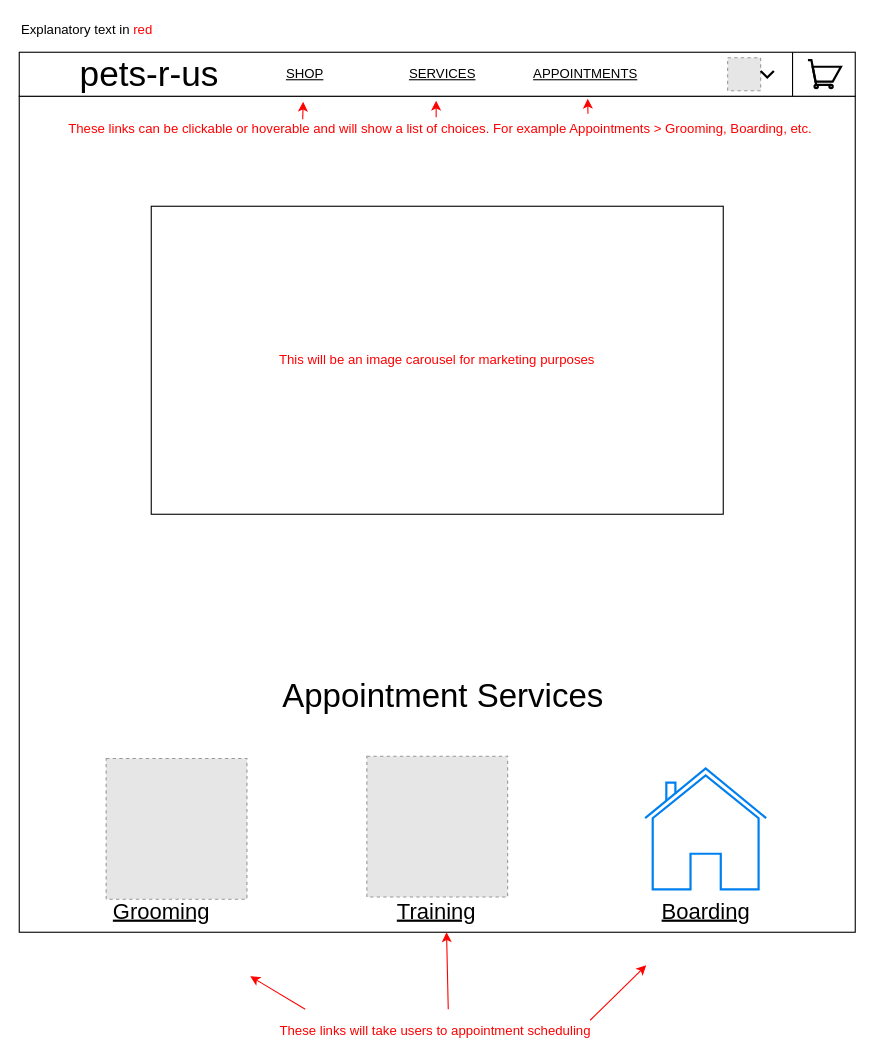
Earlier version of the draw.io diagram Wireframe2.drawio (joneskj55/wireframes). Source tidied: cells renumbered, new cells numbered last; positions are measured from the earlier drawing's top-left corner, leaving out a move shared by most shapes. Both pictures are drawn from the tidied source at 110%, with x=0, y=0 at pixel (19, 19). Pictures stored in the file or linked from it are replaced by grey dashed boxes.
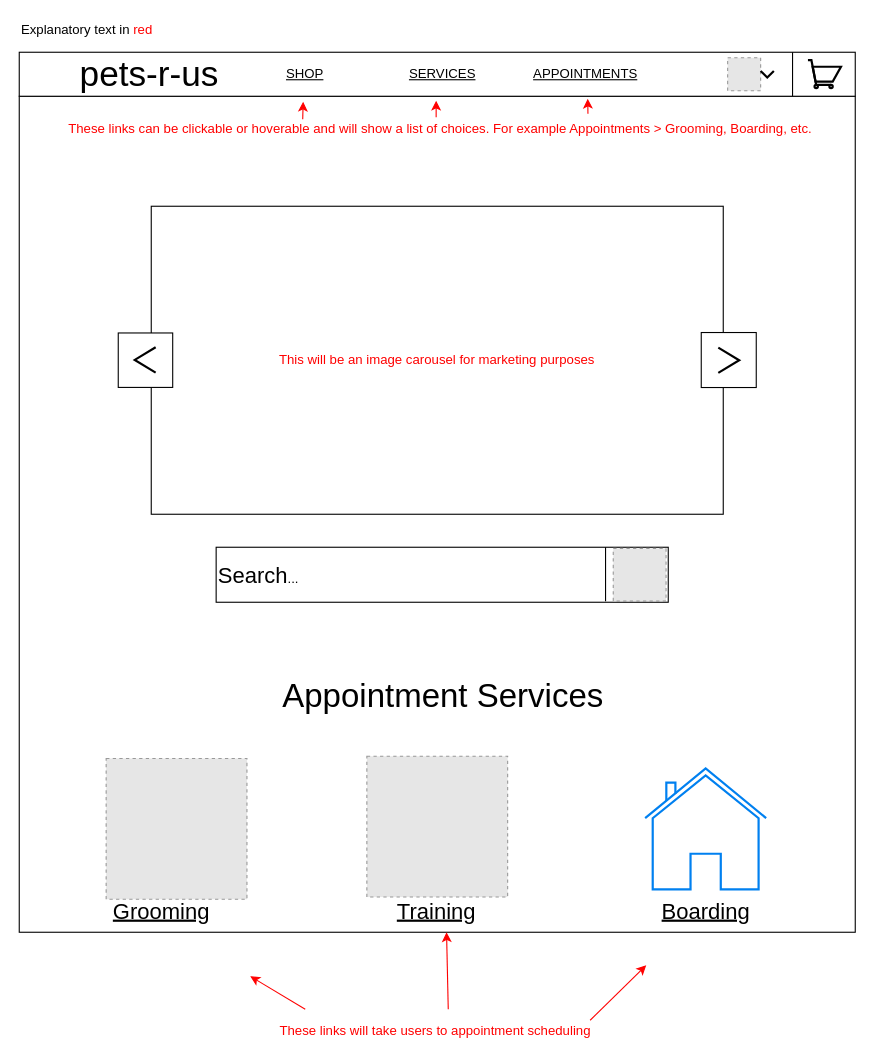
Above is the later version.

Commit message:
add search bar

Diff of the diagram source:
```diff
@@
+    <mxCell id="28" style="whiteSpace=wrap;html=1;strokeColor=#000000;" parent="1" vertex="1">
+      <mxGeometry x="90" y="285.2" width="49.5" height="49.5" as="geometry" />
+    </mxCell>
+    <mxCell id="29" style="whiteSpace=wrap;html=1;strokeColor=#000000;" parent="1" vertex="1">
+      <mxGeometry x="620" y="284.8" width="50" height="50" as="geometry" />
+    </mxCell>
+    <mxCell id="30" style="html=1;verticalLabelPosition=bottom;labelBackgroundColor=#ffffff;verticalAlign=top;shadow=0;dashed=0;strokeWidth=2;shape=mxgraph.ios7.misc.down;direction=south;" parent="1" vertex="1">
+      <mxGeometry x="105" y="298.2" width="19" height="23" as="geometry" />
+    </mxCell>
+    <mxCell id="31" style="html=1;verticalLabelPosition=bottom;labelBackgroundColor=#ffffff;verticalAlign=top;shadow=0;dashed=0;strokeWidth=2;shape=mxgraph.ios7.misc.down;direction=north;" parent="1" vertex="1">
+      <mxGeometry x="635.5" y="298.5" width="19" height="23" as="geometry" />
+    </mxCell>
+    <mxCell id="32" value="&lt;font style=&quot;font-size: 20px&quot;&gt;Search&lt;/font&gt;..." style="rounded=0;whiteSpace=wrap;html=1;strokeColor=#000000;align=left;" parent="1" vertex="1">
+      <mxGeometry x="179" y="480" width="411" height="50" as="geometry" />
+    </mxCell>
+    <mxCell id="33" style="fillColor=#E6E6E6;strokeColor=#999999;dashed=1;html=1;verticalAlign=top;verticalLabelPosition=bottom;labelBackgroundColor=#ffffff;" parent="1" vertex="1">
+      <mxGeometry x="540" y="481" width="48" height="48" as="geometry" />
+    </mxCell>
+    <mxCell id="34" style="endArrow=none;html=1;" parent="1" edge="1">
+      <mxGeometry relative="1" as="geometry">
+        <mxPoint x="533" y="529" as="sourcePoint" />
+        <mxPoint x="533" y="480" as="targetPoint" />
+      </mxGeometry>
+    </mxCell>
```
